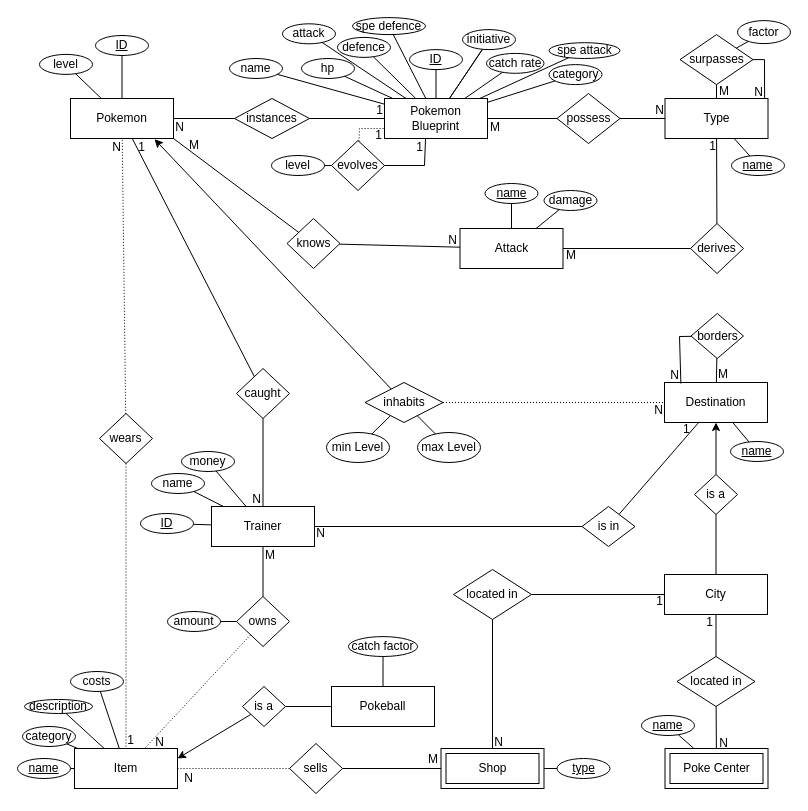
Before: Projekt/Pokemon Scuffed Grey.drawio in mypictur3esforu/Pokemon-Scuffed-Grey, a draw.io diagram. Source tidied: cells renumbered, new cells numbered last; positions are measured from the earlier drawing's top-left corner, leaving out a move shared by most shapes. Both pictures are drawn from the tidied source at 100%, with x=0, y=0 at pixel (17, 17).
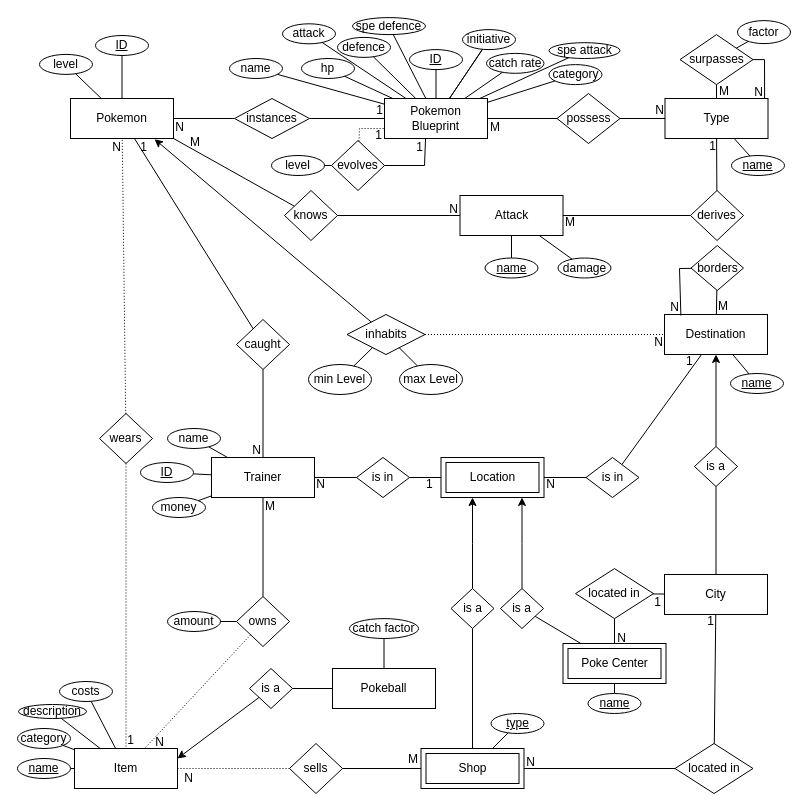
The same page after the edit.

Unchanged cells that the change refers to:
```xml
<mxCell id="20" style="endArrow=none;html=1;rounded=0;" parent="1" edge="1" source="24" target="5">
  <mxGeometry relative="1" as="geometry" />
</mxCell>
<mxCell id="22" style="endArrow=none;html=1;rounded=0;exitX=1;exitY=1;exitDx=0;exitDy=0;" parent="1" edge="1" source="2" target="24">
  <mxGeometry relative="1" as="geometry" />
</mxCell>
<mxCell id="106" style="endArrow=none;html=1;rounded=0;elbow=vertical;" parent="1" edge="1" source="5" target="103">
  <mxGeometry relative="1" as="geometry" />
</mxCell>
```

What changed in the source:
```diff
@@
     <mxCell id="3" value="Destination" style="whiteSpace=wrap;html=1;align=center;" parent="1" vertex="1">
-      <mxGeometry x="647" y="365" width="103" height="40" as="geometry" />
+      <mxGeometry x="647" y="297" width="103" height="40" as="geometry" />
     </mxCell>
     <mxCell id="4" value="Trainer" style="whiteSpace=wrap;html=1;align=center;" parent="1" vertex="1">
-      <mxGeometry x="194" y="489" width="103" height="40" as="geometry" />
+      <mxGeometry x="194" y="440" width="103" height="40" as="geometry" />
     </mxCell>
     <mxCell id="5" value="Attack" style="whiteSpace=wrap;html=1;align=center;" parent="1" vertex="1">
-      <mxGeometry x="442.5" y="211" width="103" height="40" as="geometry" />
+      <mxGeometry x="442.5" y="178" width="103" height="40" as="geometry" />
     </mxCell>
@@
     <mxCell id="8" value="is a" style="shape=rhombus;perimeter=rhombusPerimeter;whiteSpace=wrap;html=1;align=center;" parent="1" vertex="1">
-      <mxGeometry x="677" y="457" width="43" height="40" as="geometry" />
+      <mxGeometry x="677" y="429" width="43" height="40" as="geometry" />
     </mxCell>
@@
     <mxCell id="10" value="caught" style="shape=rhombus;perimeter=rhombusPerimeter;whiteSpace=wrap;html=1;align=center;" parent="1" vertex="1">
-      <mxGeometry x="219" y="351" width="53" height="50" as="geometry" />
+      <mxGeometry x="219" y="302" width="53" height="50" as="geometry" />
     </mxCell>
     <mxCell id="11" value="Poke Center" style="shape=ext;margin=3;double=1;whiteSpace=wrap;html=1;align=center;" parent="1" vertex="1">
-      <mxGeometry x="647.5" y="731" width="103" height="40" as="geometry" />
+      <mxGeometry x="545.5" y="626" width="103" height="40" as="geometry" />
     </mxCell>
     <mxCell id="12" value="located in" style="shape=rhombus;perimeter=rhombusPerimeter;whiteSpace=wrap;html=1;align=center;" parent="1" vertex="1">
-      <mxGeometry x="659.5" y="639" width="78" height="50" as="geometry" />
+      <mxGeometry x="558" y="551.1" width="78" height="50" as="geometry" />
     </mxCell>
     <mxCell id="13" value="Shop" style="shape=ext;margin=3;double=1;whiteSpace=wrap;html=1;align=center;" parent="1" vertex="1">
-      <mxGeometry x="423.5" y="731" width="103" height="40" as="geometry" />
+      <mxGeometry x="403.5" y="731" width="103" height="40" as="geometry" />
     </mxCell>
     <mxCell id="14" value="located in" style="shape=rhombus;perimeter=rhombusPerimeter;whiteSpace=wrap;html=1;align=center;" parent="1" vertex="1">
-      <mxGeometry x="436" y="552" width="78" height="50" as="geometry" />
+      <mxGeometry x="657.5" y="726" width="78" height="50" as="geometry" />
     </mxCell>
@@
     <mxCell id="21" value="N" style="html=1;whiteSpace=wrap;align=right;verticalAlign=bottom;" parent="20" vertex="1">
       <mxGeometry x="1" relative="1" as="geometry">
-        <mxPoint x="-2" y="1" as="offset" />
+        <mxPoint x="-1" y="2" as="offset" />
       </mxGeometry>
     </mxCell>
@@
     <mxCell id="23" value="M" style="html=1;whiteSpace=wrap;align=left;verticalAlign=bottom;" parent="22" vertex="1">
       <mxGeometry x="-1" relative="1" as="geometry">
-        <mxPoint x="14" y="15" as="offset" />
+        <mxPoint x="15" y="12" as="offset" />
       </mxGeometry>
     </mxCell>
     <mxCell id="24" value="knows" style="shape=rhombus;perimeter=rhombusPerimeter;whiteSpace=wrap;html=1;align=center;" parent="1" vertex="1">
-      <mxGeometry x="269.5" y="201" width="53" height="50" as="geometry" />
+      <mxGeometry x="267" y="173" width="53" height="50" as="geometry" />
     </mxCell>
@@
-    <mxCell id="29" style="endArrow=none;html=1;rounded=0;" parent="1" edge="1" source="3" target="31">
+    <mxCell id="29" style="endArrow=none;html=1;rounded=0;" parent="1" edge="1" source="157" target="31">
       <mxGeometry relative="1" as="geometry" />
     </mxCell>
@@
     <mxCell id="31" value="is in" style="shape=rhombus;perimeter=rhombusPerimeter;whiteSpace=wrap;html=1;align=center;" parent="1" vertex="1">
-      <mxGeometry x="564.5" y="489" width="53" height="40" as="geometry" />
+      <mxGeometry x="339" y="440" width="53" height="40" as="geometry" />
     </mxCell>
@@
     <mxCell id="61" value="inhabits" style="shape=rhombus;perimeter=rhombusPerimeter;whiteSpace=wrap;html=1;align=center;" parent="1" vertex="1">
-      <mxGeometry x="347.5" y="365" width="78" height="40" as="geometry" />
+      <mxGeometry x="329.5" y="297" width="78" height="40" as="geometry" />
     </mxCell>
@@
     <mxCell id="79" value="min Level" style="ellipse;whiteSpace=wrap;html=1;align=center;" parent="1" vertex="1">
-      <mxGeometry x="309" y="415" width="63" height="30" as="geometry" />
+      <mxGeometry x="291" y="347" width="63" height="30" as="geometry" />
     </mxCell>
@@
     <mxCell id="85" value="name" style="ellipse;whiteSpace=wrap;html=1;align=center;" parent="1" vertex="1">
-      <mxGeometry x="134" y="456" width="53" height="20" as="geometry" />
+      <mxGeometry x="150" y="411" width="53" height="20" as="geometry" />
     </mxCell>
@@
     <mxCell id="90" value="ID" style="ellipse;whiteSpace=wrap;html=1;align=center;fontStyle=4;" parent="1" vertex="1">
-      <mxGeometry x="123" y="496" width="53" height="20" as="geometry" />
+      <mxGeometry x="123" y="445" width="53" height="20" as="geometry" />
     </mxCell>
@@
     <mxCell id="92" value="name" style="ellipse;whiteSpace=wrap;html=1;align=center;fontStyle=4;" parent="1" vertex="1">
-      <mxGeometry x="467.5" y="166" width="53" height="20" as="geometry" />
+      <mxGeometry x="467.5" y="240.5" width="53" height="20" as="geometry" />
     </mxCell>
@@
     <mxCell id="94" value="max Level" style="ellipse;whiteSpace=wrap;html=1;align=center;" parent="1" vertex="1">
-      <mxGeometry x="400" y="415" width="63" height="30" as="geometry" />
+      <mxGeometry x="382" y="347" width="63" height="30" as="geometry" />
     </mxCell>
@@
     <mxCell id="97" value="money" style="ellipse;whiteSpace=wrap;html=1;align=center;" parent="1" vertex="1">
-      <mxGeometry x="164" y="434" width="53" height="20" as="geometry" />
+      <mxGeometry x="135" y="480" width="53" height="20" as="geometry" />
     </mxCell>
@@
     <mxCell id="99" value="costs" style="ellipse;whiteSpace=wrap;html=1;align=center;" parent="1" vertex="1">
-      <mxGeometry x="53" y="654" width="53" height="20" as="geometry" />
+      <mxGeometry x="42" y="664" width="53" height="20" as="geometry" />
     </mxCell>
@@
     <mxCell id="101" value="name" style="ellipse;whiteSpace=wrap;html=1;align=center;fontStyle=4;" parent="1" vertex="1">
-      <mxGeometry x="713" y="424" width="53" height="20" as="geometry" />
+      <mxGeometry x="713" y="356" width="53" height="20" as="geometry" />
     </mxCell>
@@
     <mxCell id="103" value="derives" style="shape=rhombus;perimeter=rhombusPerimeter;whiteSpace=wrap;html=1;align=center;" parent="1" vertex="1">
-      <mxGeometry x="673" y="206" width="53" height="50" as="geometry" />
+      <mxGeometry x="673" y="173" width="53" height="50" as="geometry" />
     </mxCell>
@@
     <mxCell id="107" value="M" style="html=1;whiteSpace=wrap;align=left;verticalAlign=bottom;" parent="106" vertex="1">
       <mxGeometry x="-1" relative="1" as="geometry">
-        <mxPoint x="1" y="15" as="offset" />
+        <mxPoint y="15" as="offset" />
       </mxGeometry>
     </mxCell>
     <mxCell id="108" value="type" style="ellipse;whiteSpace=wrap;html=1;align=center;fontStyle=4;" parent="1" vertex="1">
-      <mxGeometry x="539.5" y="741" width="53" height="20" as="geometry" />
+      <mxGeometry x="473.5" y="696" width="53" height="20" as="geometry" />
     </mxCell>
@@
     <mxCell id="111" value="name" style="ellipse;whiteSpace=wrap;html=1;align=center;fontStyle=4;" parent="1" vertex="1">
-      <mxGeometry x="624" y="698" width="53" height="20" as="geometry" />
+      <mxGeometry x="570.5" y="676" width="53" height="20" as="geometry" />
     </mxCell>
     <mxCell id="112" value="damage" style="ellipse;whiteSpace=wrap;html=1;align=center;" parent="1" vertex="1">
-      <mxGeometry x="526.5" y="173" width="53" height="20" as="geometry" />
+      <mxGeometry x="540.5" y="240.5" width="53" height="20" as="geometry" />
     </mxCell>
@@
     <mxCell id="138" style="endArrow=none;html=1;rounded=0;entryX=0.159;entryY=0.025;entryDx=0;entryDy=0;entryPerimeter=0;" parent="1" edge="1" source="142" target="3">
       <mxGeometry relative="1" as="geometry">
         <Array as="points">
-          <mxPoint x="662" y="319" />
+          <mxPoint x="662" y="251" />
         </Array>
       </mxGeometry>
     </mxCell>
@@
     <mxCell id="142" value="borders" style="shape=rhombus;perimeter=rhombusPerimeter;whiteSpace=wrap;html=1;align=center;" parent="1" vertex="1">
-      <mxGeometry x="673.5" y="296" width="52.5" height="45" as="geometry" />
+      <mxGeometry x="673.5" y="228" width="52.5" height="45" as="geometry" />
     </mxCell>
@@
     <mxCell id="147" value="category" style="ellipse;whiteSpace=wrap;html=1;align=center;" parent="1" vertex="1">
-      <mxGeometry x="5" y="709" width="53" height="20" as="geometry" />
+      <mxGeometry y="711" width="53" height="20" as="geometry" />
     </mxCell>
@@
     <mxCell id="149" value="Pokeball" style="whiteSpace=wrap;html=1;align=center;" parent="1" vertex="1">
-      <mxGeometry x="314" y="669" width="103" height="40" as="geometry" />
+      <mxGeometry x="315" y="651" width="103" height="40" as="geometry" />
     </mxCell>
     <mxCell id="150" value="is a" style="shape=rhombus;perimeter=rhombusPerimeter;whiteSpace=wrap;html=1;align=center;" parent="1" vertex="1">
-      <mxGeometry x="225" y="669" width="43" height="40" as="geometry" />
+      <mxGeometry x="232" y="651" width="43" height="40" as="geometry" />
     </mxCell>
@@
     <mxCell id="154" value="catch factor" style="ellipse;whiteSpace=wrap;html=1;align=center;" parent="1" vertex="1">
-      <mxGeometry x="330.9" y="619.1" width="69.2" height="19.9" as="geometry" />
+      <mxGeometry x="331.9" y="601.1" width="69.2" height="19.9" as="geometry" />
     </mxCell>
     <mxCell id="155" value="description" style="ellipse;whiteSpace=wrap;html=1;align=center;" parent="1" vertex="1">
-      <mxGeometry x="7" y="682" width="68" height="14" as="geometry" />
+      <mxGeometry x="1" y="687" width="68" height="14" as="geometry" />
     </mxCell>
@@
+    <mxCell id="157" value="Location" style="shape=ext;margin=3;double=1;whiteSpace=wrap;html=1;align=center;" parent="1" vertex="1">
+      <mxGeometry x="423.5" y="440" width="103" height="40" as="geometry" />
+    </mxCell>
+    <mxCell id="158" value="is a" style="shape=rhombus;perimeter=rhombusPerimeter;whiteSpace=wrap;html=1;align=center;" parent="1" vertex="1">
+      <mxGeometry x="433.5" y="571" width="43" height="40" as="geometry" />
+    </mxCell>
+    <mxCell id="159" style="endArrow=none;html=1;rounded=0;" parent="1" edge="1" source="13" target="158">
+      <mxGeometry relative="1" as="geometry" />
+    </mxCell>
+    <mxCell id="160" style="edgeStyle=orthogonalEdgeStyle;rounded=0;jettySize=auto;html=1;" parent="1" edge="1" source="158">
+      <mxGeometry relative="1" as="geometry">
+        <mxPoint x="455" y="480" as="targetPoint" />
+      </mxGeometry>
+    </mxCell>
+    <mxCell id="161" value="is a" style="shape=rhombus;perimeter=rhombusPerimeter;whiteSpace=wrap;html=1;align=center;" parent="1" vertex="1">
+      <mxGeometry x="483" y="571" width="43" height="40" as="geometry" />
+    </mxCell>
+    <mxCell id="162" style="endArrow=none;html=1;rounded=0;" parent="1" edge="1" source="11" target="161">
+      <mxGeometry relative="1" as="geometry" />
+    </mxCell>
+    <mxCell id="163" style="edgeStyle=orthogonalEdgeStyle;rounded=0;jettySize=auto;html=1;entryX=1;entryY=1;entryDx=0;entryDy=0;" parent="1" edge="1" source="161">
+      <mxGeometry relative="1" as="geometry">
+        <mxPoint x="504.5" y="480" as="targetPoint" />
+      </mxGeometry>
+    </mxCell>
+    <mxCell id="164" style="endArrow=none;html=1;rounded=0;" parent="1" edge="1" source="3" target="166">
+      <mxGeometry relative="1" as="geometry" />
+    </mxCell>
+    <mxCell id="165" value="1" style="html=1;whiteSpace=wrap;align=left;verticalAlign=bottom;" parent="164" vertex="1">
+      <mxGeometry x="-1" relative="1" as="geometry">
+        <mxPoint x="-17" y="15" as="offset" />
+      </mxGeometry>
+    </mxCell>
+    <mxCell id="166" value="is in" style="shape=rhombus;perimeter=rhombusPerimeter;whiteSpace=wrap;html=1;align=center;" parent="1" vertex="1">
+      <mxGeometry x="568.5" y="440" width="53" height="40" as="geometry" />
+    </mxCell>
+    <mxCell id="167" style="endArrow=none;html=1;rounded=0;" parent="1" edge="1" source="166" target="157">
+      <mxGeometry relative="1" as="geometry" />
+    </mxCell>
+    <mxCell id="168" value="N" style="html=1;whiteSpace=wrap;align=right;verticalAlign=bottom;" parent="167" vertex="1">
+      <mxGeometry x="1" relative="1" as="geometry">
+        <mxPoint x="12" y="15" as="offset" />
+      </mxGeometry>
+    </mxCell>
```
